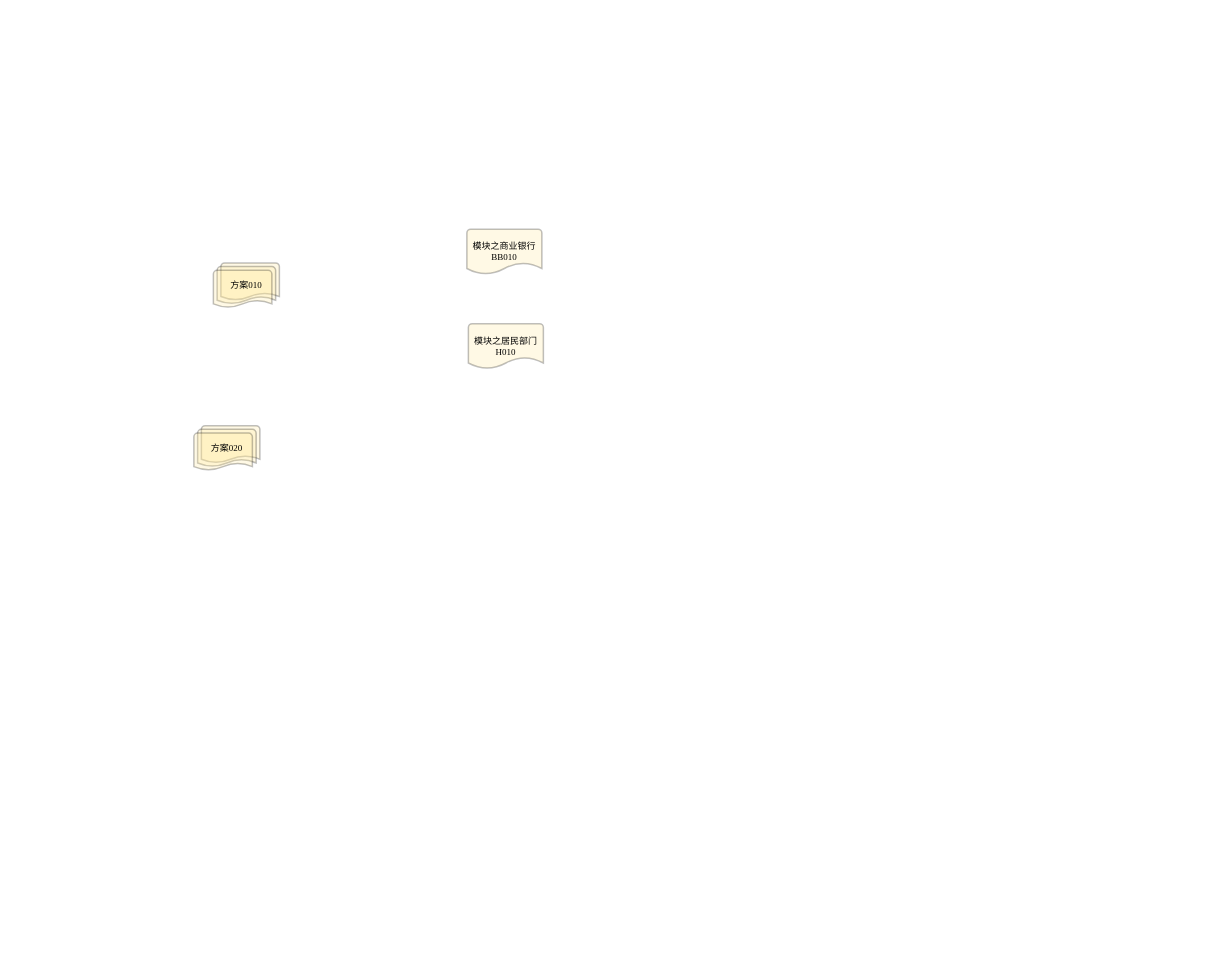
Earlier version of the draw.io diagram page "关系图之于模块之于系统性金融风险建模" (1 of 13) of Models/模型框架示意图/系统性金融风险建模.drawio (ComplexScienceLab/SystemicRiskSimulator). Source tidied: cells renumbered, new cells numbered last; positions are measured from the earlier drawing's top-left corner, leaving out a move shared by most shapes. Both pictures are drawn from the tidied source at 75%, with x=0, y=0 at pixel (194, 229).
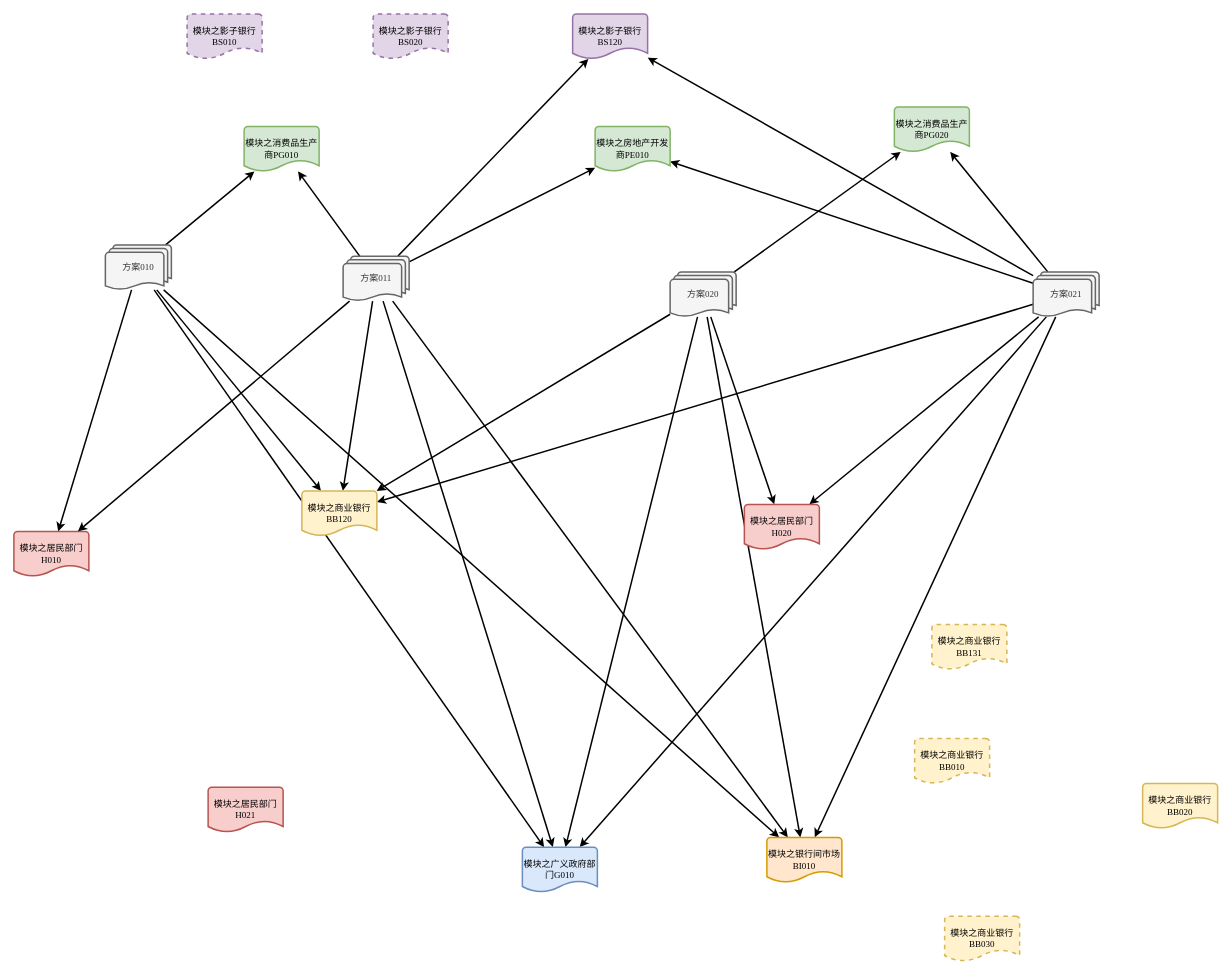
The same page after the edit.

Commit message:
Update 系统性金融风险建模.drawio

绘制模块关系图；

The edit, as a diff of the source:
```diff
@@
-    <mxCell id="2" value="模块之商业银行BB010" style="strokeWidth=2;html=1;shape=mxgraph.flowchart.document2;whiteSpace=wrap;size=0.25;labelBackgroundColor=none;fontFamily=Times New Roman;fillColor=#FFE599;opacity=25;" parent="1" vertex="1">
-      <mxGeometry x="364" width="100" height="60" as="geometry" />
+    <mxCell id="2" value="模块之商业银行BB010" style="strokeWidth=2;html=1;shape=mxgraph.flowchart.document2;whiteSpace=wrap;size=0.25;labelBackgroundColor=none;fontFamily=Times New Roman;fillColor=#fff2cc;strokeColor=#d6b656;dashed=1;" parent="1" vertex="1">
+      <mxGeometry x="961" y="679" width="100" height="60" as="geometry" />
     </mxCell>
+    <mxCell id="6" style="rounded=0;jettySize=auto;html=1;strokeWidth=2;" parent="1" edge="1" source="3" target="5">
+      <mxGeometry relative="1" as="geometry" />
+    </mxCell>
+    <mxCell id="7" style="edgeStyle=none;rounded=0;jettySize=auto;html=1;strokeWidth=2;" parent="1" edge="1" source="3" target="43">
+      <mxGeometry relative="1" as="geometry" />
+    </mxCell>
+    <mxCell id="8" style="edgeStyle=none;rounded=0;jettySize=auto;html=1;strokeWidth=2;" parent="1" edge="1" source="3" target="34">
+      <mxGeometry relative="1" as="geometry" />
+    </mxCell>
+    <mxCell id="9" style="edgeStyle=none;rounded=0;jettySize=auto;html=1;strokeWidth=2;" parent="1" edge="1" source="3" target="38">
+      <mxGeometry relative="1" as="geometry" />
+    </mxCell>
+    <mxCell id="10" style="edgeStyle=none;rounded=0;jettySize=auto;html=1;strokeWidth=2;" parent="1" edge="1" source="3" target="45">
+      <mxGeometry relative="1" as="geometry" />
+    </mxCell>
-    <mxCell id="3" value="方案010" style="strokeWidth=2;html=1;shape=mxgraph.flowchart.multi-document;whiteSpace=wrap;labelBackgroundColor=none;fontFamily=Times New Roman;fillColor=#FFE599;opacity=25;" parent="1" vertex="1">
-      <mxGeometry x="26" y="45" width="88" height="60" as="geometry" />
+    <mxCell id="3" value="方案010" style="strokeWidth=2;html=1;shape=mxgraph.flowchart.multi-document;whiteSpace=wrap;labelBackgroundColor=none;fontFamily=Times New Roman;fillColor=#f5f5f5;strokeColor=#666666;fontColor=#333333;" parent="1" vertex="1">
+      <mxGeometry x="-118" y="21" width="88" height="60" as="geometry" />
     </mxCell>
+    <mxCell id="11" style="edgeStyle=none;rounded=0;jettySize=auto;html=1;strokeWidth=2;" parent="1" edge="1" source="4" target="36">
+      <mxGeometry relative="1" as="geometry" />
+    </mxCell>
+    <mxCell id="12" style="edgeStyle=none;rounded=0;jettySize=auto;html=1;strokeWidth=2;" parent="1" edge="1" source="4" target="44">
+      <mxGeometry relative="1" as="geometry" />
+    </mxCell>
+    <mxCell id="13" style="edgeStyle=none;rounded=0;jettySize=auto;html=1;strokeWidth=2;" parent="1" edge="1" source="4" target="34">
+      <mxGeometry relative="1" as="geometry" />
+    </mxCell>
+    <mxCell id="14" style="edgeStyle=none;rounded=0;jettySize=auto;html=1;strokeWidth=2;" parent="1" edge="1" source="4" target="38">
+      <mxGeometry relative="1" as="geometry" />
+    </mxCell>
+    <mxCell id="15" style="edgeStyle=none;rounded=0;jettySize=auto;html=1;strokeWidth=2;" parent="1" edge="1" source="4" target="45">
+      <mxGeometry relative="1" as="geometry" />
+    </mxCell>
-    <mxCell id="4" value="方案020" style="strokeWidth=2;html=1;shape=mxgraph.flowchart.multi-document;whiteSpace=wrap;labelBackgroundColor=none;fontFamily=Times New Roman;fillColor=#FFE599;opacity=25;" parent="1" vertex="1">
-      <mxGeometry y="262" width="88" height="60" as="geometry" />
+    <mxCell id="4" value="方案020" style="strokeWidth=2;html=1;shape=mxgraph.flowchart.multi-document;whiteSpace=wrap;labelBackgroundColor=none;fontFamily=Times New Roman;fillColor=#f5f5f5;strokeColor=#666666;fontColor=#333333;" parent="1" vertex="1">
+      <mxGeometry x="635" y="57" width="88" height="60" as="geometry" />
     </mxCell>
-    <mxCell id="5" value="模块之居民部门H010" style="strokeWidth=2;html=1;shape=mxgraph.flowchart.document2;whiteSpace=wrap;size=0.25;labelBackgroundColor=none;fontFamily=Times New Roman;fillColor=#FFE599;opacity=25;" parent="1" vertex="1">
-      <mxGeometry x="366" y="126" width="100" height="60" as="geometry" />
+    <mxCell id="5" value="模块之居民部门H010" style="strokeWidth=2;html=1;shape=mxgraph.flowchart.document2;whiteSpace=wrap;size=0.25;labelBackgroundColor=none;fontFamily=Times New Roman;fillColor=#f8cecc;strokeColor=#b85450;" parent="1" vertex="1">
+      <mxGeometry x="-240" y="403" width="100" height="60" as="geometry" />
     </mxCell>
+    <mxCell id="16" style="edgeStyle=none;rounded=0;jettySize=auto;html=1;strokeWidth=2;" parent="1" edge="1" source="23" target="5">
+      <mxGeometry relative="1" as="geometry" />
+    </mxCell>
+    <mxCell id="17" style="edgeStyle=none;rounded=0;jettySize=auto;html=1;strokeWidth=2;" parent="1" edge="1" source="23" target="43">
+      <mxGeometry relative="1" as="geometry" />
+    </mxCell>
+    <mxCell id="18" style="edgeStyle=none;rounded=0;jettySize=auto;html=1;strokeWidth=2;" parent="1" edge="1" source="23" target="34">
+      <mxGeometry relative="1" as="geometry" />
+    </mxCell>
+    <mxCell id="19" style="edgeStyle=none;rounded=0;jettySize=auto;html=1;strokeWidth=2;" parent="1" edge="1" source="23" target="41">
+      <mxGeometry relative="1" as="geometry" />
+    </mxCell>
+    <mxCell id="20" style="edgeStyle=none;rounded=0;jettySize=auto;html=1;strokeWidth=2;" parent="1" edge="1" source="23" target="38">
+      <mxGeometry relative="1" as="geometry" />
+    </mxCell>
+    <mxCell id="21" style="edgeStyle=none;rounded=0;jettySize=auto;html=1;strokeWidth=2;" parent="1" edge="1" source="23" target="42">
+      <mxGeometry relative="1" as="geometry" />
+    </mxCell>
+    <mxCell id="22" style="edgeStyle=none;rounded=0;jettySize=auto;html=1;strokeWidth=2;" parent="1" edge="1" source="23" target="45">
+      <mxGeometry relative="1" as="geometry" />
+    </mxCell>
+    <mxCell id="23" value="方案011" style="strokeWidth=2;html=1;shape=mxgraph.flowchart.multi-document;whiteSpace=wrap;labelBackgroundColor=none;fontFamily=Times New Roman;fillColor=#f5f5f5;strokeColor=#666666;fontColor=#333333;" parent="1" vertex="1">
+      <mxGeometry x="199" y="36" width="88" height="60" as="geometry" />
+    </mxCell>
+    <mxCell id="24" style="edgeStyle=none;rounded=0;jettySize=auto;html=1;strokeWidth=2;" parent="1" edge="1" source="31" target="36">
+      <mxGeometry relative="1" as="geometry" />
+    </mxCell>
+    <mxCell id="25" style="edgeStyle=none;rounded=0;jettySize=auto;html=1;strokeWidth=2;" parent="1" edge="1" source="31" target="44">
+      <mxGeometry relative="1" as="geometry" />
+    </mxCell>
+    <mxCell id="26" style="edgeStyle=none;rounded=0;jettySize=auto;html=1;strokeWidth=2;" parent="1" edge="1" source="31" target="42">
+      <mxGeometry relative="1" as="geometry" />
+    </mxCell>
+    <mxCell id="27" style="edgeStyle=none;rounded=0;jettySize=auto;html=1;strokeWidth=2;" parent="1" edge="1" source="31" target="34">
+      <mxGeometry relative="1" as="geometry" />
+    </mxCell>
+    <mxCell id="28" style="edgeStyle=none;rounded=0;jettySize=auto;html=1;strokeWidth=2;" parent="1" edge="1" source="31" target="41">
+      <mxGeometry relative="1" as="geometry" />
+    </mxCell>
+    <mxCell id="29" style="edgeStyle=none;rounded=0;jettySize=auto;html=1;strokeWidth=2;" parent="1" edge="1" source="31" target="38">
+      <mxGeometry relative="1" as="geometry" />
+    </mxCell>
+    <mxCell id="30" style="edgeStyle=none;rounded=0;jettySize=auto;html=1;strokeWidth=2;" parent="1" edge="1" source="31" target="45">
+      <mxGeometry relative="1" as="geometry" />
+    </mxCell>
+    <mxCell id="31" value="方案021" style="strokeWidth=2;html=1;shape=mxgraph.flowchart.multi-document;whiteSpace=wrap;labelBackgroundColor=none;fontFamily=Times New Roman;fillColor=#f5f5f5;strokeColor=#666666;fontColor=#333333;" parent="1" vertex="1">
+      <mxGeometry x="1119" y="57" width="88" height="60" as="geometry" />
+    </mxCell>
+    <mxCell id="32" value="模块之商业银行BB020" style="strokeWidth=2;html=1;shape=mxgraph.flowchart.document2;whiteSpace=wrap;size=0.25;labelBackgroundColor=none;fontFamily=Times New Roman;fillColor=#fff2cc;strokeColor=#d6b656;" parent="1" vertex="1">
+      <mxGeometry x="1265" y="739" width="100" height="60" as="geometry" />
+    </mxCell>
+    <mxCell id="33" value="模块之商业银行BB030" style="strokeWidth=2;html=1;shape=mxgraph.flowchart.document2;whiteSpace=wrap;size=0.25;labelBackgroundColor=none;fontFamily=Times New Roman;fillColor=#fff2cc;strokeColor=#d6b656;dashed=1;" parent="1" vertex="1">
+      <mxGeometry x="1001" y="916" width="100" height="60" as="geometry" />
+    </mxCell>
+    <mxCell id="34" value="模块之商业银行BB120" style="strokeWidth=2;html=1;shape=mxgraph.flowchart.document2;whiteSpace=wrap;size=0.25;labelBackgroundColor=none;fontFamily=Times New Roman;fillColor=#fff2cc;strokeColor=#d6b656;" parent="1" vertex="1">
+      <mxGeometry x="144" y="349" width="100" height="60" as="geometry" />
+    </mxCell>
+    <mxCell id="35" value="模块之商业银行BB131" style="strokeWidth=2;html=1;shape=mxgraph.flowchart.document2;whiteSpace=wrap;size=0.25;labelBackgroundColor=none;fontFamily=Times New Roman;fillColor=#fff2cc;strokeColor=#d6b656;dashed=1;" parent="1" vertex="1">
+      <mxGeometry x="984" y="527" width="100" height="60" as="geometry" />
+    </mxCell>
+    <mxCell id="36" value="模块之居民部门H020" style="strokeWidth=2;html=1;shape=mxgraph.flowchart.document2;whiteSpace=wrap;size=0.25;labelBackgroundColor=none;fontFamily=Times New Roman;fillColor=#f8cecc;strokeColor=#b85450;" parent="1" vertex="1">
+      <mxGeometry x="734" y="367" width="100" height="60" as="geometry" />
+    </mxCell>
+    <mxCell id="37" value="模块之居民部门H021" style="strokeWidth=2;html=1;shape=mxgraph.flowchart.document2;whiteSpace=wrap;size=0.25;labelBackgroundColor=none;fontFamily=Times New Roman;fillColor=#f8cecc;strokeColor=#b85450;" parent="1" vertex="1">
+      <mxGeometry x="19" y="744" width="100" height="60" as="geometry" />
+    </mxCell>
+    <mxCell id="38" value="模块之广义政府部门G010" style="strokeWidth=2;html=1;shape=mxgraph.flowchart.document2;whiteSpace=wrap;size=0.25;labelBackgroundColor=none;fontFamily=Times New Roman;fillColor=#dae8fc;strokeColor=#6c8ebf;" parent="1" vertex="1">
+      <mxGeometry x="438" y="824" width="100" height="60" as="geometry" />
+    </mxCell>
+    <mxCell id="39" value="模块之影子银行BS010" style="strokeWidth=2;html=1;shape=mxgraph.flowchart.document2;whiteSpace=wrap;size=0.25;labelBackgroundColor=none;fontFamily=Times New Roman;fillColor=#e1d5e7;strokeColor=#9673a6;dashed=1;" parent="1" vertex="1">
+      <mxGeometry x="-9" y="-287" width="100" height="60" as="geometry" />
+    </mxCell>
+    <mxCell id="40" value="模块之影子银行BS020" style="strokeWidth=2;html=1;shape=mxgraph.flowchart.document2;whiteSpace=wrap;size=0.25;labelBackgroundColor=none;fontFamily=Times New Roman;fillColor=#e1d5e7;strokeColor=#9673a6;dashed=1;" parent="1" vertex="1">
+      <mxGeometry x="239" y="-287" width="100" height="60" as="geometry" />
+    </mxCell>
+    <mxCell id="41" value="模块之影子银行BS120" style="strokeWidth=2;html=1;shape=mxgraph.flowchart.document2;whiteSpace=wrap;size=0.25;labelBackgroundColor=none;fontFamily=Times New Roman;fillColor=#e1d5e7;strokeColor=#9673a6;" parent="1" vertex="1">
+      <mxGeometry x="505" y="-287" width="100" height="60" as="geometry" />
+    </mxCell>
+    <mxCell id="42" value="模块之房地产开发商PE010" style="strokeWidth=2;html=1;shape=mxgraph.flowchart.document2;whiteSpace=wrap;size=0.25;labelBackgroundColor=none;fontFamily=Times New Roman;fillColor=#d5e8d4;strokeColor=#82b366;" parent="1" vertex="1">
+      <mxGeometry x="535" y="-137" width="100" height="60" as="geometry" />
+    </mxCell>
+    <mxCell id="43" value="模块之消费品生产商PG010" style="strokeWidth=2;html=1;shape=mxgraph.flowchart.document2;whiteSpace=wrap;size=0.25;labelBackgroundColor=none;fontFamily=Times New Roman;fillColor=#d5e8d4;strokeColor=#82b366;" parent="1" vertex="1">
+      <mxGeometry x="67" y="-137" width="100" height="60" as="geometry" />
+    </mxCell>
+    <mxCell id="44" value="模块之消费品生产商PG020" style="strokeWidth=2;html=1;shape=mxgraph.flowchart.document2;whiteSpace=wrap;size=0.25;labelBackgroundColor=none;fontFamily=Times New Roman;fillColor=#d5e8d4;strokeColor=#82b366;" parent="1" vertex="1">
+      <mxGeometry x="934" y="-163" width="100" height="60" as="geometry" />
+    </mxCell>
+    <mxCell id="45" value="模块之银行间市场BI010" style="strokeWidth=2;html=1;shape=mxgraph.flowchart.document2;whiteSpace=wrap;size=0.25;labelBackgroundColor=none;fontFamily=Times New Roman;fillColor=#ffe6cc;strokeColor=#d79b00;" parent="1" vertex="1">
+      <mxGeometry x="764" y="811" width="100" height="60" as="geometry" />
+    </mxCell>
```
